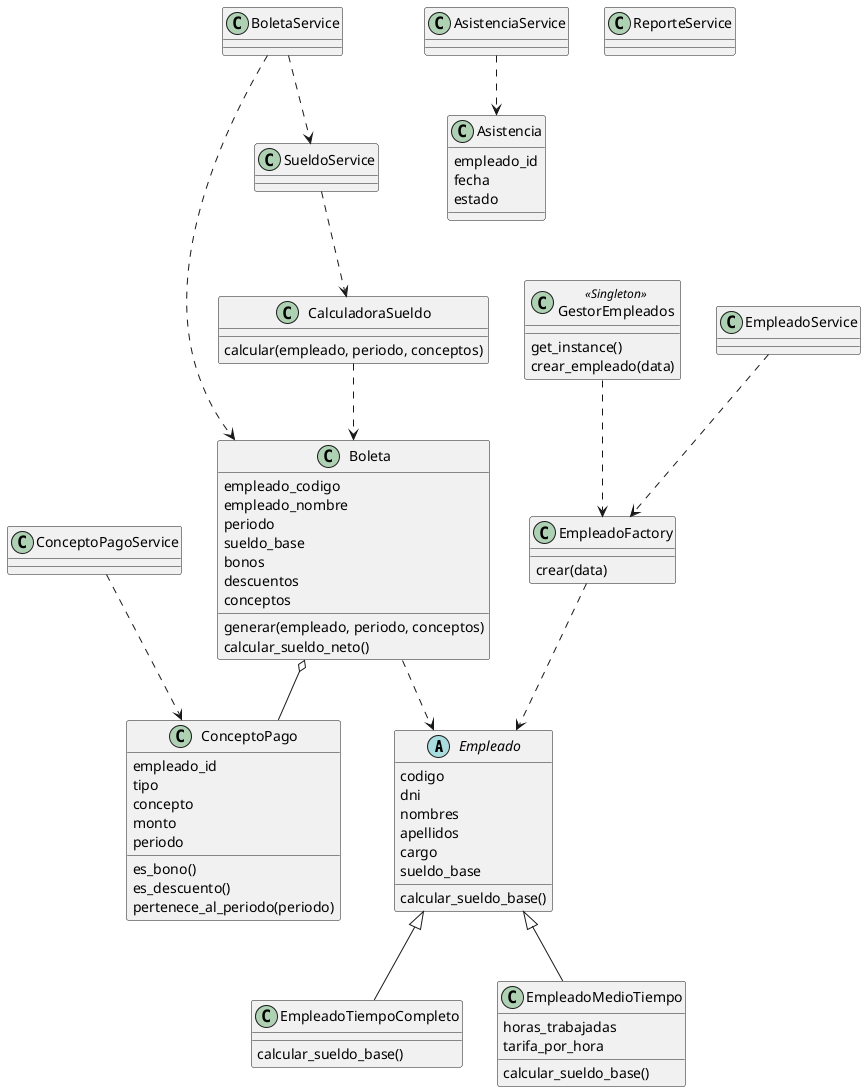
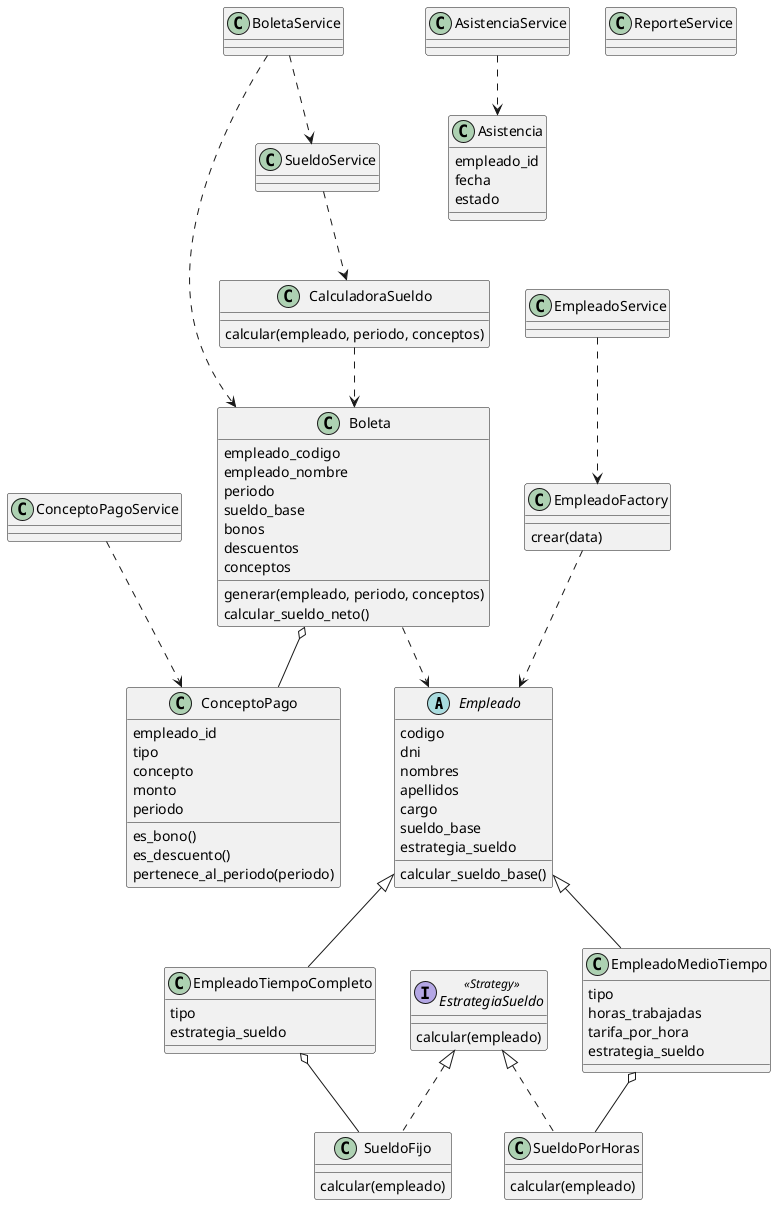
@startuml
skinparam classAttributeIconSize 0

abstract class Empleado {
  codigo
  dni
  nombres
  apellidos
  cargo
  sueldo_base
+   estrategia_sueldo
  calcular_sueldo_base()
}

class EmpleadoTiempoCompleto {
-   calcular_sueldo_base()
+   tipo
+   estrategia_sueldo
}

class EmpleadoMedioTiempo {
+   tipo
  horas_trabajadas
  tarifa_por_hora
-   calcular_sueldo_base()
+   estrategia_sueldo
+ }
+ 
+ interface EstrategiaSueldo <<Strategy>> {
+   calcular(empleado)
+ }
+ 
+ class SueldoFijo {
+   calcular(empleado)
+ }
+ 
+ class SueldoPorHoras {
+   calcular(empleado)
}

class Asistencia {
  empleado_id
  fecha
  estado
}

class ConceptoPago {
  empleado_id
  tipo
  concepto
  monto
  periodo
  es_bono()
  es_descuento()
  pertenece_al_periodo(periodo)
}

class Boleta {
  empleado_codigo
  empleado_nombre
  periodo
  sueldo_base
  bonos
  descuentos
  conceptos
  generar(empleado, periodo, conceptos)
  calcular_sueldo_neto()
}

class EmpleadoFactory {
  crear(data)
}

- class GestorEmpleados <<Singleton>> {
-   get_instance()
-   crear_empleado(data)
- }
- 
class CalculadoraSueldo {
  calcular(empleado, periodo, conceptos)
}

class EmpleadoService
class AsistenciaService
class ConceptoPagoService
class SueldoService
class BoletaService
class ReporteService

Empleado <|-- EmpleadoTiempoCompleto
Empleado <|-- EmpleadoMedioTiempo
+ EstrategiaSueldo <|.. SueldoFijo
+ EstrategiaSueldo <|.. SueldoPorHoras
+ EmpleadoTiempoCompleto o-- SueldoFijo
+ EmpleadoMedioTiempo o-- SueldoPorHoras
EmpleadoFactory ..> Empleado
- GestorEmpleados ..> EmpleadoFactory
Boleta ..> Empleado
Boleta o-- ConceptoPago
CalculadoraSueldo ..> Boleta
BoletaService ..> Boleta
BoletaService ..> SueldoService
SueldoService ..> CalculadoraSueldo
EmpleadoService ..> EmpleadoFactory
AsistenciaService ..> Asistencia
ConceptoPagoService ..> ConceptoPago

@enduml
